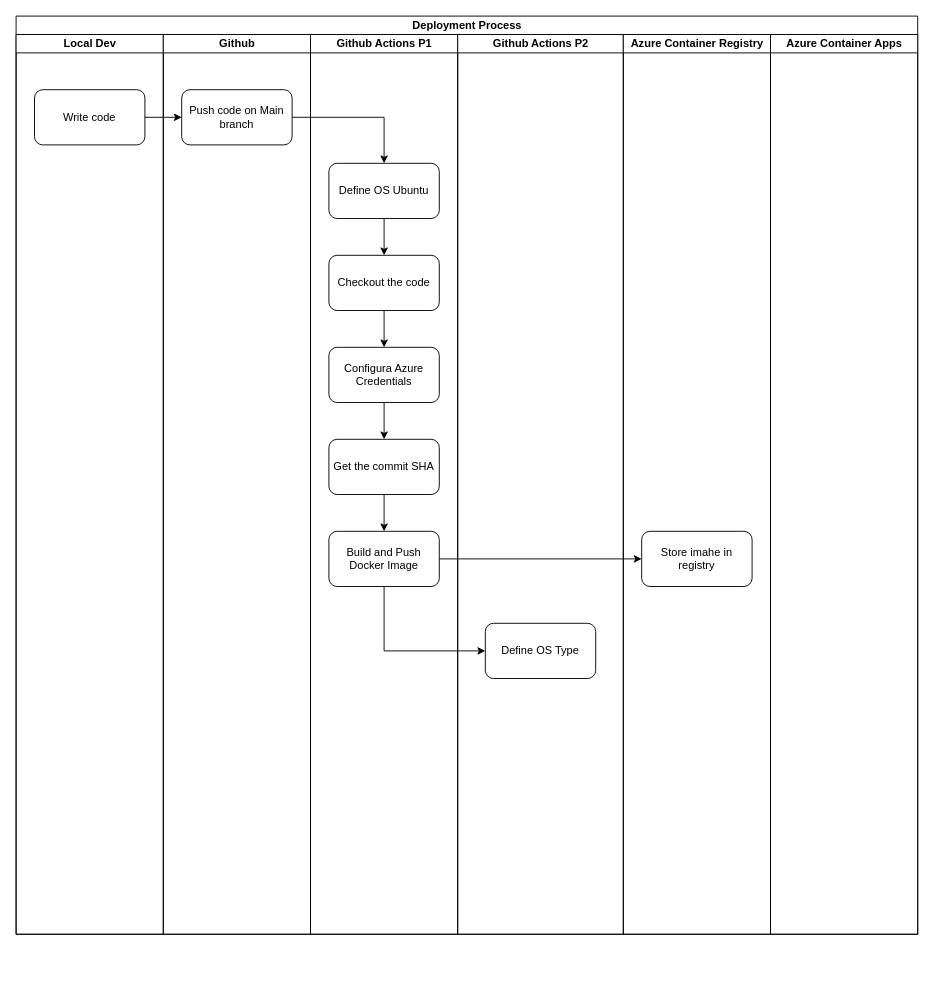
Earlier version of the draw.io diagram Solution/Flow.drawio (BrunoCandia/formula-one). Source tidied: cells renumbered, new cells numbered last; positions are measured from the earlier drawing's top-left corner, leaving out a move shared by most shapes. Both pictures are drawn from the tidied source at 92%, with x=0, y=0 at pixel (16, 16).
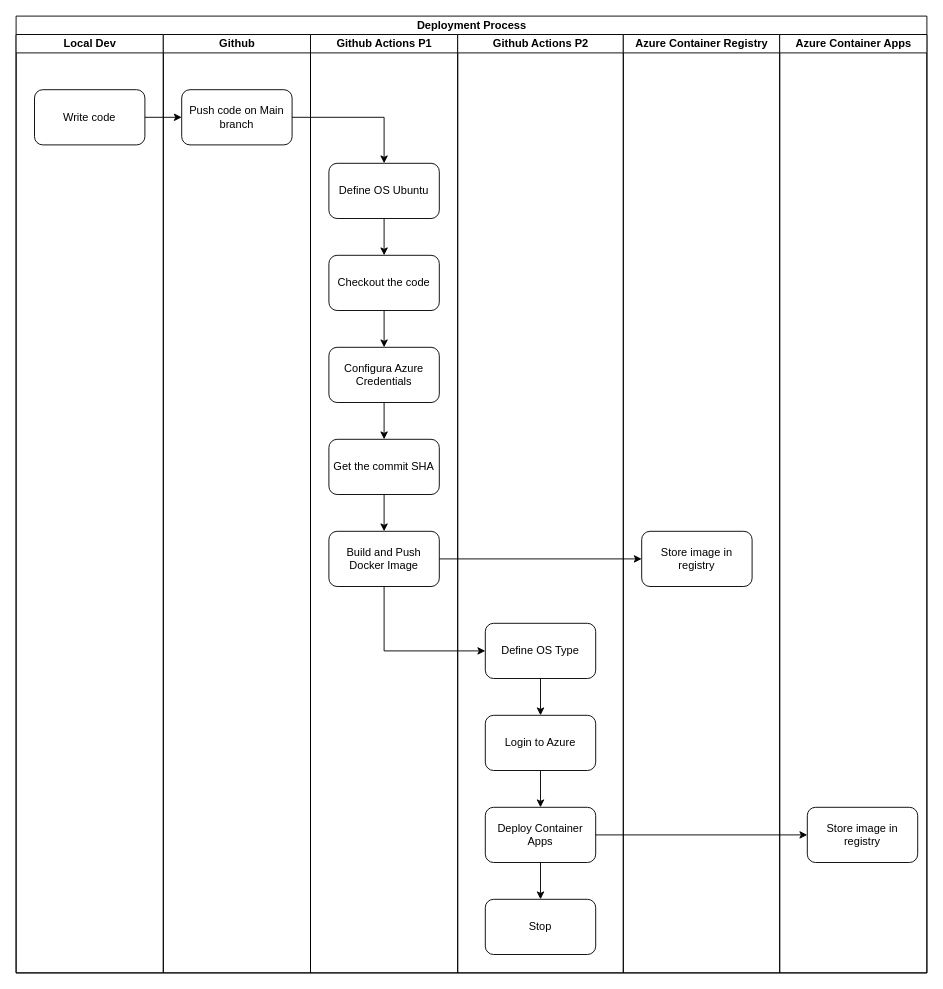
Above is the later version.

Commit message (it also covers changes not shown here):
Add Deploy container to ACS

Unchanged cells that the change refers to:
```xml
<mxCell id="18" value="Define OS Type" style="whiteSpace=wrap;html=1;rounded=1;" parent="17" vertex="1">
  <mxGeometry x="30" y="640" width="120" height="60" as="geometry" />
</mxCell>
```

Change to the diagram source:
```diff
@@
     <mxCell id="2" value="Deployment Process" style="swimlane;startSize=20;html=1;" parent="1" vertex="1">
-      <mxGeometry width="980" height="998" as="geometry" />
+      <mxGeometry width="990" height="1040" as="geometry" />
     </mxCell>
     <mxCell id="3" value="Local Dev" style="swimlane;startSize=20;html=1;align=center;" parent="2" vertex="1">
-      <mxGeometry y="20" width="160" height="978" as="geometry" />
+      <mxGeometry y="20" width="160" height="1020" as="geometry" />
     </mxCell>
@@
     <mxCell id="5" value="Github" style="swimlane;startSize=20;html=1;" parent="2" vertex="1">
-      <mxGeometry x="160" y="20" width="160" height="978" as="geometry" />
+      <mxGeometry x="160" y="20" width="160" height="1020" as="geometry" />
     </mxCell>
@@
     <mxCell id="7" value="Github Actions P1" style="swimlane;startSize=20;html=1;" parent="2" vertex="1">
-      <mxGeometry x="320" y="20" width="160" height="978" as="geometry" />
+      <mxGeometry x="320" y="20" width="160" height="1020" as="geometry" />
     </mxCell>
@@
     <mxCell id="17" value="Github Actions P2" style="swimlane;startSize=20;html=1;" parent="2" vertex="1">
-      <mxGeometry x="480" y="20" width="180" height="978" as="geometry" />
+      <mxGeometry x="480" y="20" width="180" height="1020" as="geometry" />
     </mxCell>
+    <mxCell id="26" style="edgeStyle=orthogonalEdgeStyle;rounded=0;jettySize=auto;html=1;" parent="17" edge="1" source="18" target="28">
+      <mxGeometry relative="1" as="geometry" />
+    </mxCell>
@@
+    <mxCell id="27" style="edgeStyle=orthogonalEdgeStyle;rounded=0;jettySize=auto;html=1;" parent="17" edge="1" source="28" target="30">
+      <mxGeometry relative="1" as="geometry" />
+    </mxCell>
+    <mxCell id="28" value="Login to Azure" style="whiteSpace=wrap;html=1;rounded=1;" parent="17" vertex="1">
+      <mxGeometry x="30" y="740" width="120" height="60" as="geometry" />
+    </mxCell>
+    <mxCell id="29" style="edgeStyle=orthogonalEdgeStyle;rounded=0;jettySize=auto;html=1;" parent="17" edge="1" source="30" target="31">
+      <mxGeometry relative="1" as="geometry" />
+    </mxCell>
+    <mxCell id="30" value="Deploy Container Apps" style="whiteSpace=wrap;html=1;rounded=1;" parent="17" vertex="1">
+      <mxGeometry x="30" y="840" width="120" height="60" as="geometry" />
+    </mxCell>
+    <mxCell id="31" value="Stop" style="whiteSpace=wrap;html=1;rounded=1;" parent="17" vertex="1">
+      <mxGeometry x="30" y="940" width="120" height="60" as="geometry" />
+    </mxCell>
     <mxCell id="19" value="Azure Container Registry" style="swimlane;startSize=20;html=1;" parent="2" vertex="1">
-      <mxGeometry x="660" y="20" width="160" height="978" as="geometry" />
+      <mxGeometry x="660" y="20" width="170" height="1020" as="geometry" />
     </mxCell>
-    <mxCell id="20" value="Store imahe in registry" style="whiteSpace=wrap;html=1;rounded=1;" parent="19" vertex="1">
+    <mxCell id="20" value="Store image in registry" style="whiteSpace=wrap;html=1;rounded=1;" parent="19" vertex="1">
       <mxGeometry x="20" y="540" width="120" height="60" as="geometry" />
     </mxCell>
     <mxCell id="21" value="Azure Container Apps" style="swimlane;startSize=20;html=1;" parent="2" vertex="1">
-      <mxGeometry x="820" y="20" width="160" height="978" as="geometry" />
+      <mxGeometry x="830" y="20" width="160" height="1020" as="geometry" />
     </mxCell>
+    <mxCell id="32" value="Store image in registry" style="whiteSpace=wrap;html=1;rounded=1;" parent="21" vertex="1">
+      <mxGeometry x="30" y="840" width="120" height="60" as="geometry" />
+    </mxCell>
@@
+    <mxCell id="33" style="edgeStyle=orthogonalEdgeStyle;rounded=0;jettySize=auto;html=1;" parent="2" edge="1" source="30" target="32">
+      <mxGeometry relative="1" as="geometry" />
+    </mxCell>
```
